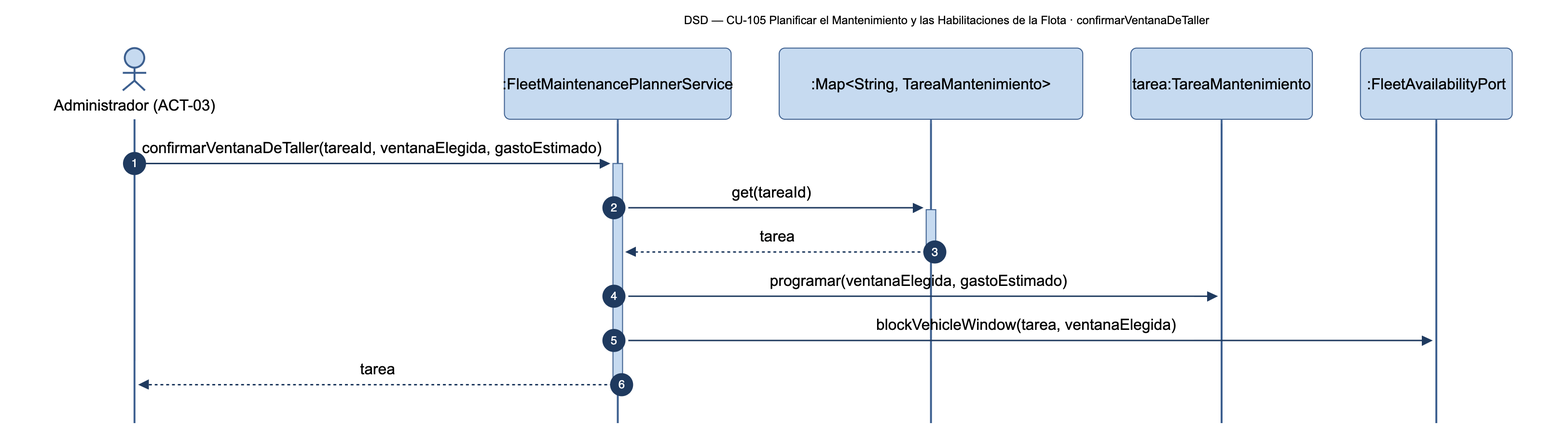
Nahuelito-Dev/splg-docs keeps this Mermaid diagram as diagramas/png/DSD_CU-105_confirmarVentanaDeTaller.png. Above is the earlier version. Its source is kept beside it as diagramas/DSD_CU-105_confirmarVentanaDeTaller.mmd.
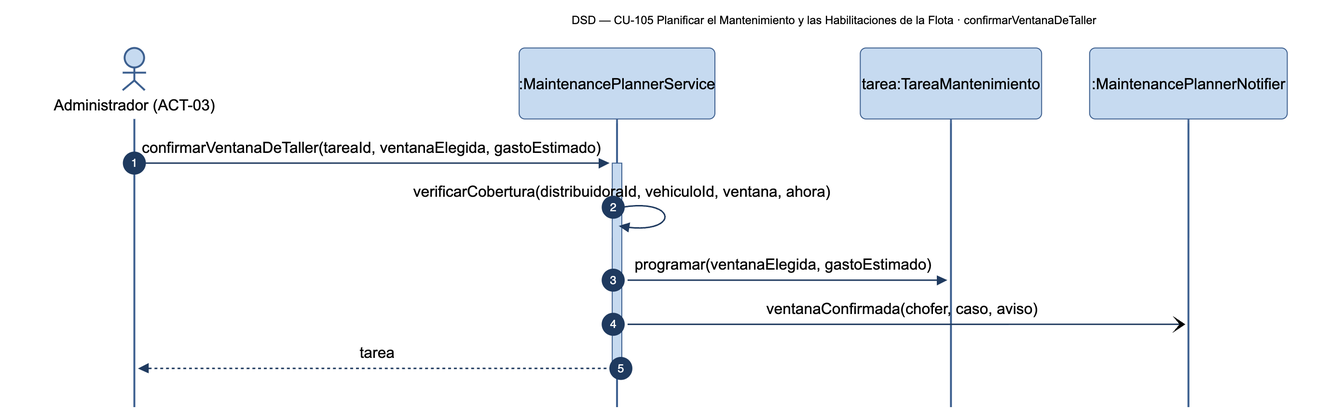
Later version of the same file.

Change to the diagram source:
```diff
@@ -2,14 +2,12 @@
     title DSD — CU-105 Planificar el Mantenimiento y las Habilitaciones de la Flota · confirmarVentanaDeTaller
     autonumber
     actor ADM as Administrador (ACT-03)
-    participant PLN as :FleetMaintenancePlannerService
-    participant COL as :Map#lt;String, TareaMantenimiento#gt;
+    participant MPS as :MaintenancePlannerService
     participant TAR as tarea:TareaMantenimiento
-    participant FIT as :FleetAvailabilityPort
+    participant MPN as :MaintenancePlannerNotifier
 
-    ADM->>+PLN: confirmarVentanaDeTaller(tareaId, ventanaElegida, gastoEstimado)
-    PLN->>+COL: get(tareaId)
-    COL-->>-PLN: tarea
-    PLN->>TAR: programar(ventanaElegida, gastoEstimado)
-    PLN->>FIT: blockVehicleWindow(tarea, ventanaElegida)
-    PLN-->>-ADM: tarea
+    ADM->>+MPS: confirmarVentanaDeTaller(tareaId, ventanaElegida, gastoEstimado)
+    MPS->>MPS: verificarCobertura(distribuidoraId, vehiculoId, ventana, ahora)
+    MPS->>TAR: programar(ventanaElegida, gastoEstimado)
+    MPS-)MPN: ventanaConfirmada(chofer, caso, aviso)
+    MPS-->>-ADM: tarea
```
